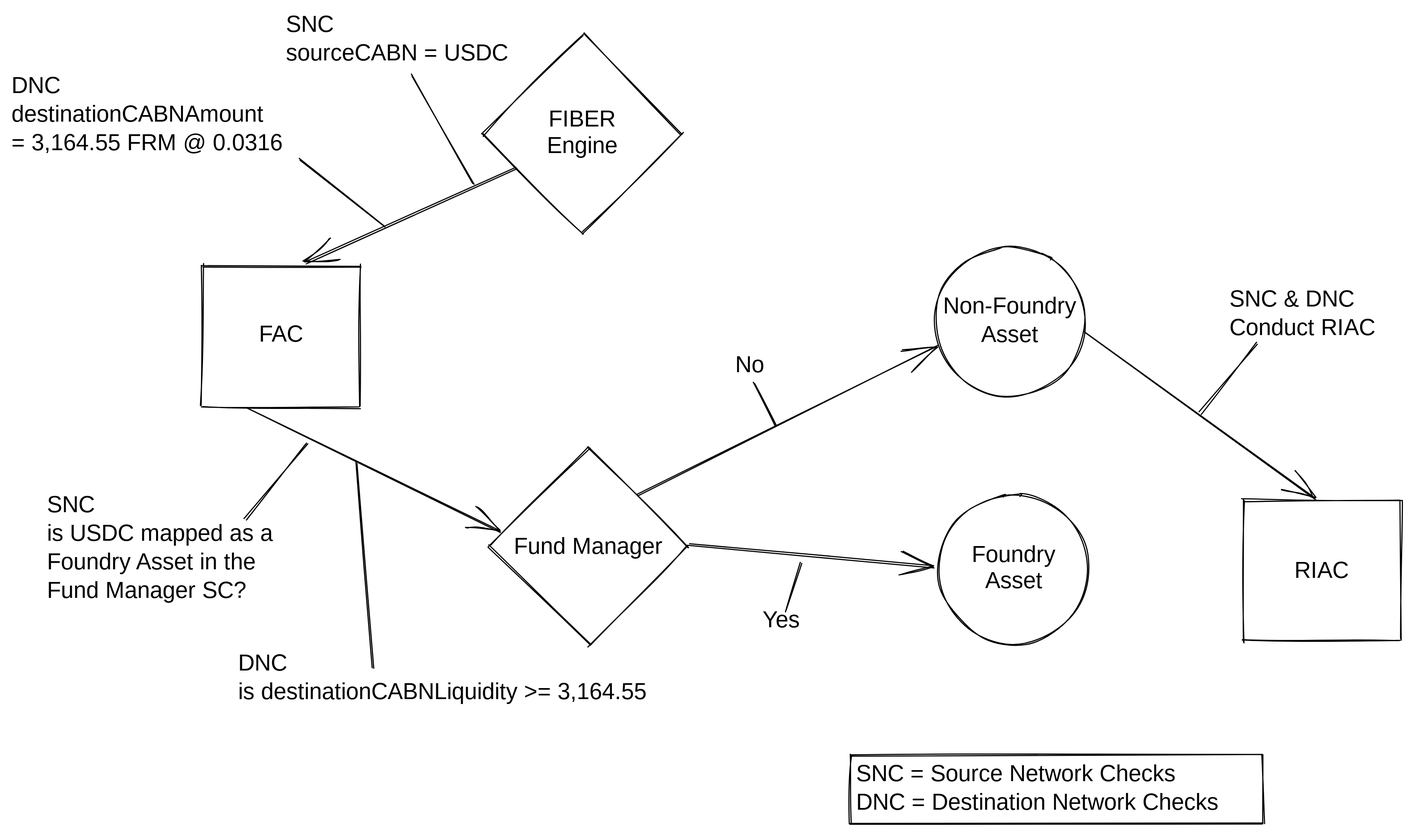
ferrumnet/ferrum-network-multiSwap-and-bridge-architecture keeps this Excalidraw diagram as .gitbook/assets/file.drawing (1).svg. Above is the earlier version. Source tidied: one line per element, renumbered; positions are measured from the earlier drawing's top-left corner, leaving out a move shared by most shapes. Source of this version:
```json
{"id": 0, "type": "diamond", "strokeColor": "#000000", "strokeWidth": 1, "roughness": 1, "x": 412, "y": 21, "width": 174, "height": 174}
{"id": 1, "type": "diamond", "strokeColor": "#000000", "strokeWidth": 1, "roughness": 1, "x": 417, "y": 381, "width": 174, "height": 174}
{"id": 2, "type": "text", "text": "FIBER\nEngine", "strokeColor": "#000000", "strokeWidth": 1, "roughness": 1, "fontSize": 20, "fontFamily": 1, "textAlign": "center", "verticalAlign": "middle", "inside": 0, "x": 417, "y": 84, "width": 164, "height": 46}
{"id": 3, "type": "text", "text": "Fund Manager", "strokeColor": "#000000", "strokeWidth": 1, "roughness": 1, "fontSize": 20, "fontFamily": 1, "textAlign": "center", "verticalAlign": "middle", "inside": 1, "x": 422, "y": 457, "width": 164, "height": 25}
{"id": 4, "type": "rectangle", "strokeColor": "#000000", "strokeWidth": 1, "roughness": 1, "x": 167, "y": 222, "width": 138, "height": 124}
{"id": 5, "type": "rectangle", "strokeColor": "#000000", "strokeWidth": 1, "roughness": 1, "x": 1077, "y": 427, "width": 138, "height": 124}
{"id": 6, "type": "text", "text": "FAC", "strokeColor": "#000000", "strokeWidth": 1, "roughness": 1, "fontSize": 20, "fontFamily": 1, "textAlign": "center", "verticalAlign": "middle", "inside": 4, "x": 172, "y": 272, "width": 128, "height": 23}
{"id": 7, "type": "text", "text": "RIAC", "strokeColor": "#000000", "strokeWidth": 1, "roughness": 1, "fontSize": 20, "fontFamily": 1, "textAlign": "center", "verticalAlign": "middle", "inside": 5, "x": 1082, "y": 478, "width": 128, "height": 25}
{"id": 8, "type": "arrow", "strokeColor": "#000000", "strokeWidth": 1, "roughness": 1, "endArrowhead": "arrow", "from": 0, "to": 4, "x": 441, "y": 138, "width": 184, "height": 82, "points": [[0, 0], [-184, 82]]}
{"id": 9, "type": "text", "text": "SNC\nsourceCABN = USDC", "strokeColor": "#000000", "strokeWidth": 1, "roughness": 1, "fontSize": 20, "fontFamily": 1, "x": 240, "y": 0, "width": 205, "height": 50}
{"id": 10, "type": "line", "strokeColor": "#000000", "strokeWidth": 1, "roughness": 1, "x": 404, "y": 151, "width": 55, "height": 95, "points": [[0, 0], [-55, -95]]}
{"id": 11, "type": "arrow", "strokeColor": "#000000", "strokeWidth": 1, "roughness": 1, "endArrowhead": "arrow", "from": 4, "to": 1, "x": 206, "y": 346, "width": 221, "height": 109, "points": [[0, 0], [221, 109]]}
{"id": 12, "type": "text", "text": "SNC\nis USDC mapped as a\nFoundry Asset in the\nFund Manager SC?", "strokeColor": "#000000", "strokeWidth": 1, "roughness": 1, "fontSize": 20, "fontFamily": 1, "x": 31, "y": 420, "width": 216, "height": 100}
{"id": 13, "type": "line", "strokeColor": "#000000", "strokeWidth": 1, "roughness": 1, "x": 259, "y": 378, "width": 54, "height": 67, "points": [[0, 0], [-54, 67]]}
{"id": 14, "type": "ellipse", "strokeColor": "#000000", "strokeWidth": 1, "roughness": 1, "x": 811, "y": 423, "width": 131, "height": 131}
{"id": 15, "type": "ellipse", "strokeColor": "#000000", "strokeWidth": 1, "roughness": 1, "x": 807, "y": 206, "width": 131, "height": 131}
{"id": 16, "type": "text", "text": "Foundry\nAsset", "strokeColor": "#000000", "strokeWidth": 1, "roughness": 1, "fontSize": 20, "fontFamily": 1, "textAlign": "center", "verticalAlign": "middle", "inside": 14, "x": 816, "y": 465, "width": 121, "height": 46}
{"id": 17, "type": "text", "text": "Non-Foundry\nAsset", "strokeColor": "#000000", "strokeWidth": 1, "roughness": 1, "fontSize": 20, "fontFamily": 1, "textAlign": "center", "verticalAlign": "middle", "inside": 15, "x": 812, "y": 246, "width": 121, "height": 50}
{"id": 18, "type": "arrow", "strokeColor": "#000000", "strokeWidth": 1, "roughness": 1, "endArrowhead": "arrow", "from": 1, "to": 14, "x": 591, "y": 468, "width": 215, "height": 19, "points": [[0, 0], [215, 19]]}
{"id": 19, "type": "text", "text": "Yes", "strokeColor": "#000000", "strokeWidth": 1, "roughness": 1, "fontSize": 20, "fontFamily": 1, "textAlign": "center", "x": 657, "y": 521, "width": 33, "height": 25}
{"id": 20, "type": "line", "strokeColor": "#000000", "strokeWidth": 1, "roughness": 1, "x": 691, "y": 483, "width": 14, "height": 41, "points": [[0, 0], [-14, 41]]}
{"id": 21, "type": "text", "text": "DNC\ndestinationCABNAmount\n= 3,164.55 FRM @ 0.0316", "strokeColor": "#000000", "strokeWidth": 1, "roughness": 1, "fontSize": 20, "fontFamily": 1, "x": 0, "y": 54, "width": 255, "height": 75}
{"id": 22, "type": "text", "text": "DNC\nis destinationCABNLiquidity >= 3,164.55", "strokeColor": "#000000", "strokeWidth": 1, "roughness": 1, "fontSize": 20, "fontFamily": 1, "x": 198, "y": 559, "width": 389, "height": 50}
{"id": 23, "type": "line", "strokeColor": "#000000", "strokeWidth": 1, "roughness": 1, "x": 317, "y": 574, "width": 15, "height": 178, "points": [[0, 0], [-15, -178]]}
{"id": 24, "type": "line", "strokeColor": "#000000", "strokeWidth": 1, "roughness": 1, "x": 325, "y": 189, "width": 74, "height": 59, "points": [[0, 0], [-74, -59]]}
{"id": 25, "type": "rectangle", "strokeColor": "#000000", "strokeWidth": 1, "roughness": 1, "x": 734, "y": 651, "width": 360, "height": 60}
{"id": 26, "type": "text", "text": "SNC = Source Network Checks\nDNC = Destination Network Checks", "strokeColor": "#000000", "strokeWidth": 1, "roughness": 1, "fontSize": 20, "fontFamily": 1, "inside": 25, "x": 739, "y": 656, "width": 350, "height": 50}
{"id": 27, "type": "arrow", "strokeColor": "#000000", "strokeWidth": 1, "roughness": 1, "endArrowhead": "arrow", "from": 1, "to": 15, "x": 548, "y": 424, "width": 262, "height": 130, "points": [[0, 0], [262, -130]]}
{"id": 28, "type": "text", "text": "No", "strokeColor": "#000000", "strokeWidth": 1, "roughness": 1, "fontSize": 20, "fontFamily": 1, "x": 633, "y": 298, "width": 25, "height": 25}
{"id": 29, "type": "line", "strokeColor": "#000000", "strokeWidth": 1, "roughness": 1, "x": 649, "y": 325, "width": 19, "height": 38, "points": [[0, 0], [19, 38]]}
{"id": 30, "type": "arrow", "strokeColor": "#000000", "strokeWidth": 1, "roughness": 1, "endArrowhead": "arrow", "from": 15, "to": 5, "x": 939, "y": 282, "width": 200, "height": 145, "points": [[0, 0], [200, 145]]}
{"id": 31, "type": "text", "text": "SNC & DNC\nConduct RIAC", "strokeColor": "#000000", "strokeWidth": 1, "roughness": 1, "fontSize": 20, "fontFamily": 1, "x": 1065, "y": 240, "width": 139, "height": 50}
{"id": 32, "type": "line", "strokeColor": "#000000", "strokeWidth": 1, "roughness": 1, "x": 1039, "y": 351, "width": 50, "height": 60, "points": [[0, 0], [50, -60]]}
```
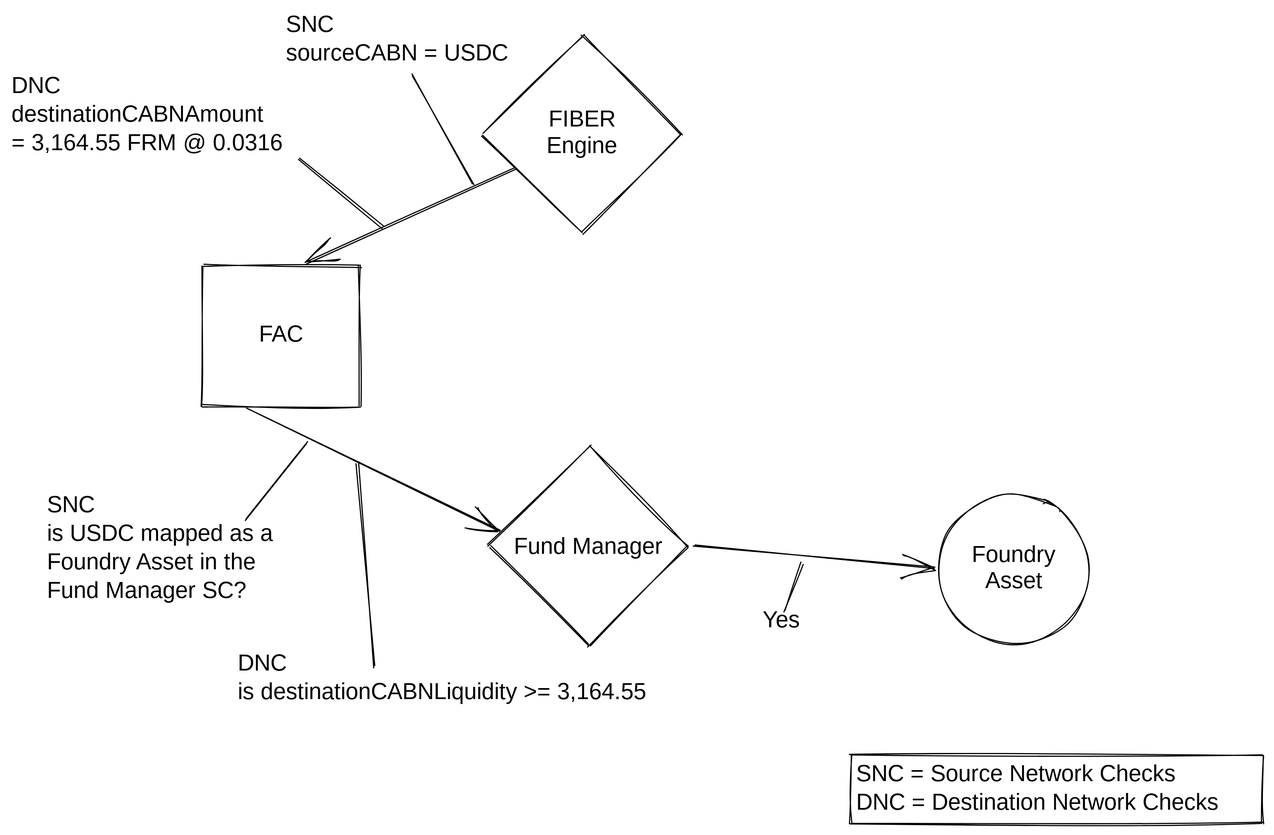
Later version of the same file.

Change to the diagram source:
```diff
@@ -1,33 +1,23 @@
-{"id": 0, "type": "diamond", "strokeColor": "#000000", "strokeWidth": 1, "roughness": 1, "x": 412, "y": 21, "width": 174, "height": 174}
-{"id": 1, "type": "diamond", "strokeColor": "#000000", "strokeWidth": 1, "roughness": 1, "x": 417, "y": 381, "width": 174, "height": 174}
+{"id": 33, "type": "diamond", "strokeColor": "#000000", "strokeWidth": 1, "roughness": 1, "x": 412, "y": 21, "width": 174, "height": 174}
+{"id": 34, "type": "diamond", "strokeColor": "#000000", "strokeWidth": 1, "roughness": 1, "x": 417, "y": 381, "width": 174, "height": 174}
-{"id": 2, "type": "text", "text": "FIBER\nEngine", "strokeColor": "#000000", "strokeWidth": 1, "roughness": 1, "fontSize": 20, "fontFamily": 1, "textAlign": "center", "verticalAlign": "middle", "inside": 0, "x": 417, "y": 84, "width": 164, "height": 46}
+{"id": 2, "type": "text", "text": "FIBER\nEngine", "strokeColor": "#000000", "strokeWidth": 1, "roughness": 1, "fontSize": 20, "fontFamily": 1, "textAlign": "center", "verticalAlign": "middle", "inside": 33, "x": 417, "y": 84, "width": 164, "height": 46}
-{"id": 3, "type": "text", "text": "Fund Manager", "strokeColor": "#000000", "strokeWidth": 1, "roughness": 1, "fontSize": 20, "fontFamily": 1, "textAlign": "center", "verticalAlign": "middle", "inside": 1, "x": 422, "y": 457, "width": 164, "height": 25}
+{"id": 3, "type": "text", "text": "Fund Manager", "strokeColor": "#000000", "strokeWidth": 1, "roughness": 1, "fontSize": 20, "fontFamily": 1, "textAlign": "center", "verticalAlign": "middle", "inside": 34, "x": 422, "y": 457, "width": 164, "height": 25}
-{"id": 4, "type": "rectangle", "strokeColor": "#000000", "strokeWidth": 1, "roughness": 1, "x": 167, "y": 222, "width": 138, "height": 124}
-{"id": 5, "type": "rectangle", "strokeColor": "#000000", "strokeWidth": 1, "roughness": 1, "x": 1077, "y": 427, "width": 138, "height": 124}
+{"id": 35, "type": "rectangle", "strokeColor": "#000000", "strokeWidth": 1, "roughness": 1, "x": 167, "y": 222, "width": 138, "height": 124}
-{"id": 6, "type": "text", "text": "FAC", "strokeColor": "#000000", "strokeWidth": 1, "roughness": 1, "fontSize": 20, "fontFamily": 1, "textAlign": "center", "verticalAlign": "middle", "inside": 4, "x": 172, "y": 272, "width": 128, "height": 23}
+{"id": 6, "type": "text", "text": "FAC", "strokeColor": "#000000", "strokeWidth": 1, "roughness": 1, "fontSize": 20, "fontFamily": 1, "textAlign": "center", "verticalAlign": "middle", "inside": 35, "x": 172, "y": 272, "width": 128, "height": 23}
-{"id": 7, "type": "text", "text": "RIAC", "strokeColor": "#000000", "strokeWidth": 1, "roughness": 1, "fontSize": 20, "fontFamily": 1, "textAlign": "center", "verticalAlign": "middle", "inside": 5, "x": 1082, "y": 478, "width": 128, "height": 25}
-{"id": 8, "type": "arrow", "strokeColor": "#000000", "strokeWidth": 1, "roughness": 1, "endArrowhead": "arrow", "from": 0, "to": 4, "x": 441, "y": 138, "width": 184, "height": 82, "points": [[0, 0], [-184, 82]]}
+{"id": 36, "type": "arrow", "strokeColor": "#000000", "strokeWidth": 1, "roughness": 1, "endArrowhead": "arrow", "from": 33, "to": 35, "x": 441, "y": 138, "width": 184, "height": 82, "points": [[0, 0], [-184, 82]]}
 {"id": 9, "type": "text", "text": "SNC\nsourceCABN = USDC", "strokeColor": "#000000", "strokeWidth": 1, "roughness": 1, "fontSize": 20, "fontFamily": 1, "x": 240, "y": 0, "width": 205, "height": 50}
-{"id": 10, "type": "line", "strokeColor": "#000000", "strokeWidth": 1, "roughness": 1, "x": 404, "y": 151, "width": 55, "height": 95, "points": [[0, 0], [-55, -95]]}
-{"id": 11, "type": "arrow", "strokeColor": "#000000", "strokeWidth": 1, "roughness": 1, "endArrowhead": "arrow", "from": 4, "to": 1, "x": 206, "y": 346, "width": 221, "height": 109, "points": [[0, 0], [221, 109]]}
+{"id": 37, "type": "line", "strokeColor": "#000000", "strokeWidth": 1, "roughness": 1, "x": 404, "y": 151, "width": 55, "height": 95, "points": [[0, 0], [-55, -95]]}
+{"id": 38, "type": "arrow", "strokeColor": "#000000", "strokeWidth": 1, "roughness": 1, "endArrowhead": "arrow", "from": 35, "to": 34, "x": 206, "y": 347, "width": 221, "height": 109, "points": [[0, 0], [221, 109]]}
 {"id": 12, "type": "text", "text": "SNC\nis USDC mapped as a\nFoundry Asset in the\nFund Manager SC?", "strokeColor": "#000000", "strokeWidth": 1, "roughness": 1, "fontSize": 20, "fontFamily": 1, "x": 31, "y": 420, "width": 216, "height": 100}
-{"id": 13, "type": "line", "strokeColor": "#000000", "strokeWidth": 1, "roughness": 1, "x": 259, "y": 378, "width": 54, "height": 67, "points": [[0, 0], [-54, 67]]}
-{"id": 14, "type": "ellipse", "strokeColor": "#000000", "strokeWidth": 1, "roughness": 1, "x": 811, "y": 423, "width": 131, "height": 131}
-{"id": 15, "type": "ellipse", "strokeColor": "#000000", "strokeWidth": 1, "roughness": 1, "x": 807, "y": 206, "width": 131, "height": 131}
+{"id": 39, "type": "line", "strokeColor": "#000000", "strokeWidth": 1, "roughness": 1, "x": 259, "y": 378, "width": 54, "height": 67, "points": [[0, 0], [-54, 67]]}
+{"id": 40, "type": "ellipse", "strokeColor": "#000000", "strokeWidth": 1, "roughness": 1, "x": 811, "y": 423, "width": 131, "height": 131}
-{"id": 16, "type": "text", "text": "Foundry\nAsset", "strokeColor": "#000000", "strokeWidth": 1, "roughness": 1, "fontSize": 20, "fontFamily": 1, "textAlign": "center", "verticalAlign": "middle", "inside": 14, "x": 816, "y": 465, "width": 121, "height": 46}
+{"id": 16, "type": "text", "text": "Foundry\nAsset", "strokeColor": "#000000", "strokeWidth": 1, "roughness": 1, "fontSize": 20, "fontFamily": 1, "textAlign": "center", "verticalAlign": "middle", "inside": 40, "x": 816, "y": 465, "width": 121, "height": 46}
-{"id": 17, "type": "text", "text": "Non-Foundry\nAsset", "strokeColor": "#000000", "strokeWidth": 1, "roughness": 1, "fontSize": 20, "fontFamily": 1, "textAlign": "center", "verticalAlign": "middle", "inside": 15, "x": 812, "y": 246, "width": 121, "height": 50}
-{"id": 18, "type": "arrow", "strokeColor": "#000000", "strokeWidth": 1, "roughness": 1, "endArrowhead": "arrow", "from": 1, "to": 14, "x": 591, "y": 468, "width": 215, "height": 19, "points": [[0, 0], [215, 19]]}
+{"id": 41, "type": "arrow", "strokeColor": "#000000", "strokeWidth": 1, "roughness": 1, "endArrowhead": "arrow", "from": 34, "to": 40, "x": 597, "y": 468, "width": 209, "height": 19, "points": [[0, 0], [209, 19]]}
 {"id": 19, "type": "text", "text": "Yes", "strokeColor": "#000000", "strokeWidth": 1, "roughness": 1, "fontSize": 20, "fontFamily": 1, "textAlign": "center", "x": 657, "y": 521, "width": 33, "height": 25}
-{"id": 20, "type": "line", "strokeColor": "#000000", "strokeWidth": 1, "roughness": 1, "x": 691, "y": 483, "width": 14, "height": 41, "points": [[0, 0], [-14, 41]]}
+{"id": 42, "type": "line", "strokeColor": "#000000", "strokeWidth": 1, "roughness": 1, "x": 691, "y": 483, "width": 14, "height": 41, "points": [[0, 0], [-14, 41]]}
 {"id": 21, "type": "text", "text": "DNC\ndestinationCABNAmount\n= 3,164.55 FRM @ 0.0316", "strokeColor": "#000000", "strokeWidth": 1, "roughness": 1, "fontSize": 20, "fontFamily": 1, "x": 0, "y": 54, "width": 255, "height": 75}
 {"id": 22, "type": "text", "text": "DNC\nis destinationCABNLiquidity >= 3,164.55", "strokeColor": "#000000", "strokeWidth": 1, "roughness": 1, "fontSize": 20, "fontFamily": 1, "x": 198, "y": 559, "width": 389, "height": 50}
-{"id": 23, "type": "line", "strokeColor": "#000000", "strokeWidth": 1, "roughness": 1, "x": 317, "y": 574, "width": 15, "height": 178, "points": [[0, 0], [-15, -178]]}
-{"id": 24, "type": "line", "strokeColor": "#000000", "strokeWidth": 1, "roughness": 1, "x": 325, "y": 189, "width": 74, "height": 59, "points": [[0, 0], [-74, -59]]}
-{"id": 25, "type": "rectangle", "strokeColor": "#000000", "strokeWidth": 1, "roughness": 1, "x": 734, "y": 651, "width": 360, "height": 60}
+{"id": 43, "type": "line", "strokeColor": "#000000", "strokeWidth": 1, "roughness": 1, "x": 317, "y": 574, "width": 15, "height": 178, "points": [[0, 0], [-15, -178]]}
+{"id": 44, "type": "line", "strokeColor": "#000000", "strokeWidth": 1, "roughness": 1, "x": 325, "y": 189, "width": 74, "height": 59, "points": [[0, 0], [-74, -59]]}
+{"id": 45, "type": "rectangle", "strokeColor": "#000000", "strokeWidth": 1, "roughness": 1, "x": 734, "y": 651, "width": 360, "height": 60}
-{"id": 26, "type": "text", "text": "SNC = Source Network Checks\nDNC = Destination Network Checks", "strokeColor": "#000000", "strokeWidth": 1, "roughness": 1, "fontSize": 20, "fontFamily": 1, "inside": 25, "x": 739, "y": 656, "width": 350, "height": 50}
+{"id": 26, "type": "text", "text": "SNC = Source Network Checks\nDNC = Destination Network Checks", "strokeColor": "#000000", "strokeWidth": 1, "roughness": 1, "fontSize": 20, "fontFamily": 1, "inside": 45, "x": 739, "y": 656, "width": 350, "height": 50}
-{"id": 27, "type": "arrow", "strokeColor": "#000000", "strokeWidth": 1, "roughness": 1, "endArrowhead": "arrow", "from": 1, "to": 15, "x": 548, "y": 424, "width": 262, "height": 130, "points": [[0, 0], [262, -130]]}
-{"id": 28, "type": "text", "text": "No", "strokeColor": "#000000", "strokeWidth": 1, "roughness": 1, "fontSize": 20, "fontFamily": 1, "x": 633, "y": 298, "width": 25, "height": 25}
-{"id": 29, "type": "line", "strokeColor": "#000000", "strokeWidth": 1, "roughness": 1, "x": 649, "y": 325, "width": 19, "height": 38, "points": [[0, 0], [19, 38]]}
-{"id": 30, "type": "arrow", "strokeColor": "#000000", "strokeWidth": 1, "roughness": 1, "endArrowhead": "arrow", "from": 15, "to": 5, "x": 939, "y": 282, "width": 200, "height": 145, "points": [[0, 0], [200, 145]]}
-{"id": 31, "type": "text", "text": "SNC & DNC\nConduct RIAC", "strokeColor": "#000000", "strokeWidth": 1, "roughness": 1, "fontSize": 20, "fontFamily": 1, "x": 1065, "y": 240, "width": 139, "height": 50}
-{"id": 32, "type": "line", "strokeColor": "#000000", "strokeWidth": 1, "roughness": 1, "x": 1039, "y": 351, "width": 50, "height": 60, "points": [[0, 0], [50, -60]]}
```
